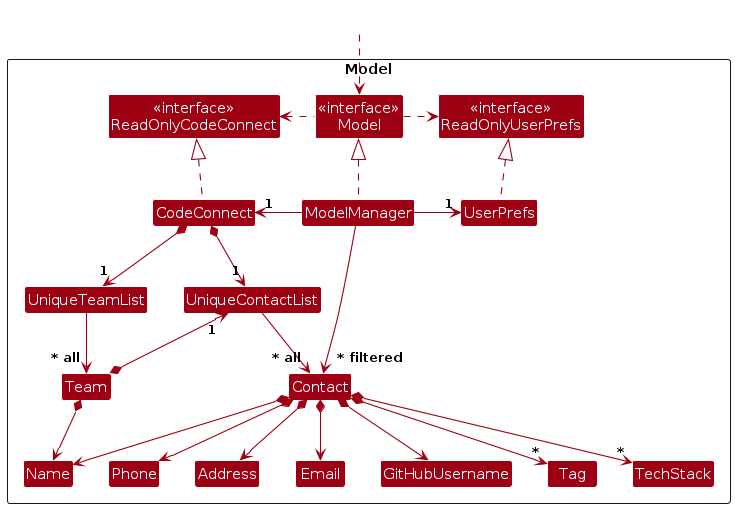
This is diagrams/ModelClassDiagram.png from AY2324S2-CS2103T-T12-1/tp, a PlantUML export, as it was before one commit. Its source is kept beside it as diagrams/ModelClassDiagram.puml.
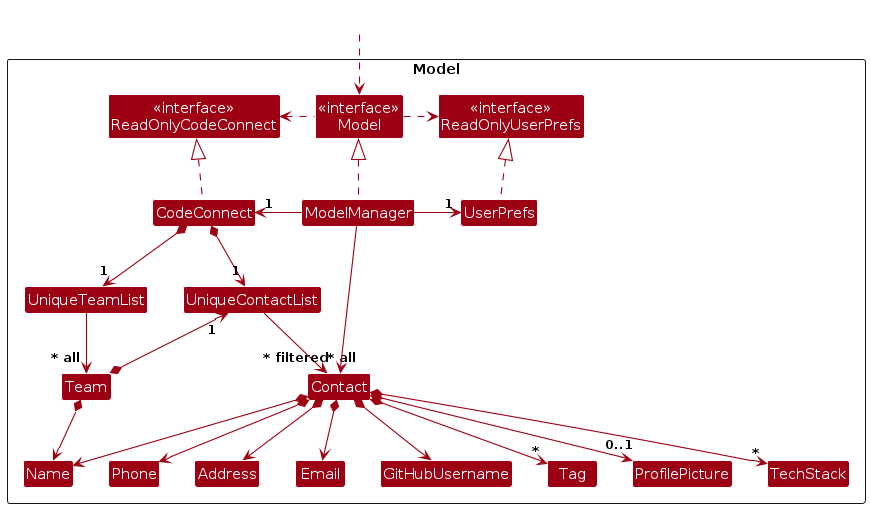
The same file after the commit.

The edit, as a diff of the source:
```diff
@@ -20,6 +20,7 @@
 Class Address
 Class Email
 Class GitHubUsername
+Class ProfilePicture
 Class Tag
 Class TechStack
 Class Team
@@ -51,6 +52,7 @@
 Contact *--> Email
 Contact *--> Address
 Contact *--> GitHubUsername
+Contact *--> "0..1" ProfilePicture
 Contact *--> "*" Tag
 Contact *--> "*" TechStack
 
```
